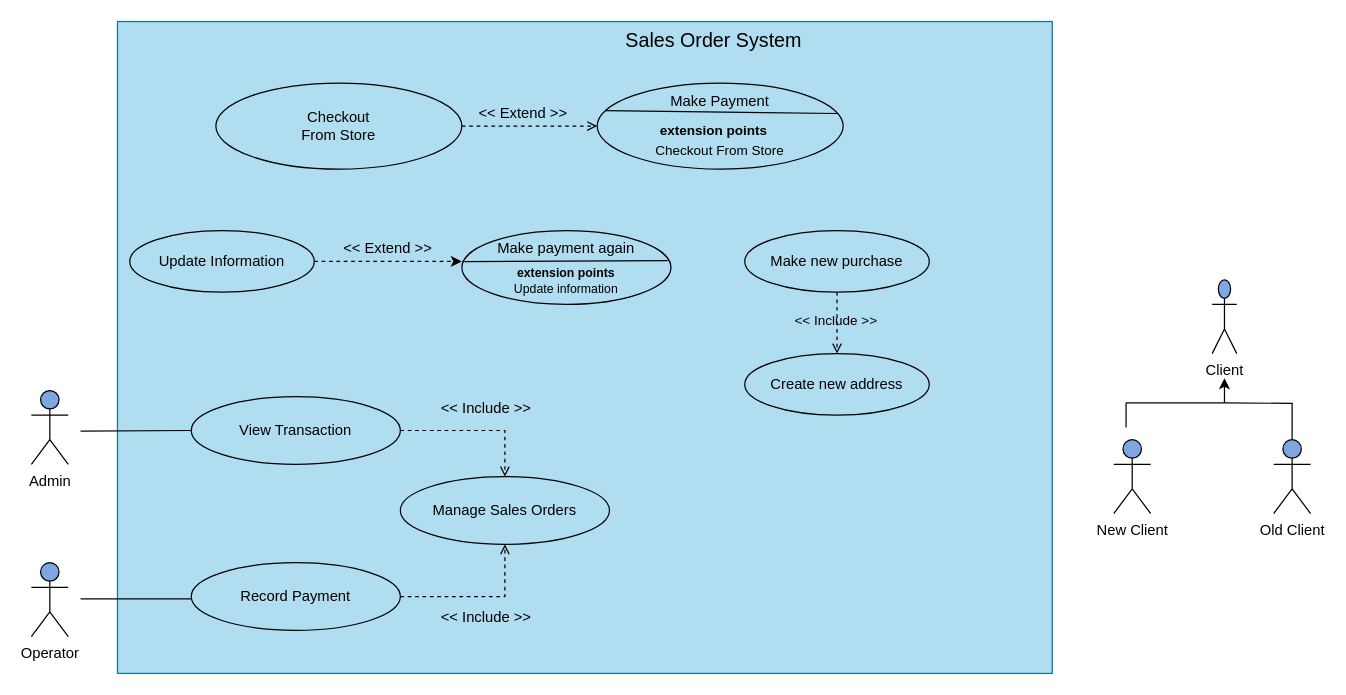
Above: Sales Order System.drawio in Simasco/diagram (draw.io), before the change. Source tidied: cells renumbered, new cells numbered last; positions are measured from the earlier drawing's top-left corner, leaving out a move shared by most shapes. Both pictures are drawn from the tidied source at 123%, with x=0, y=0 at pixel (31, 21).
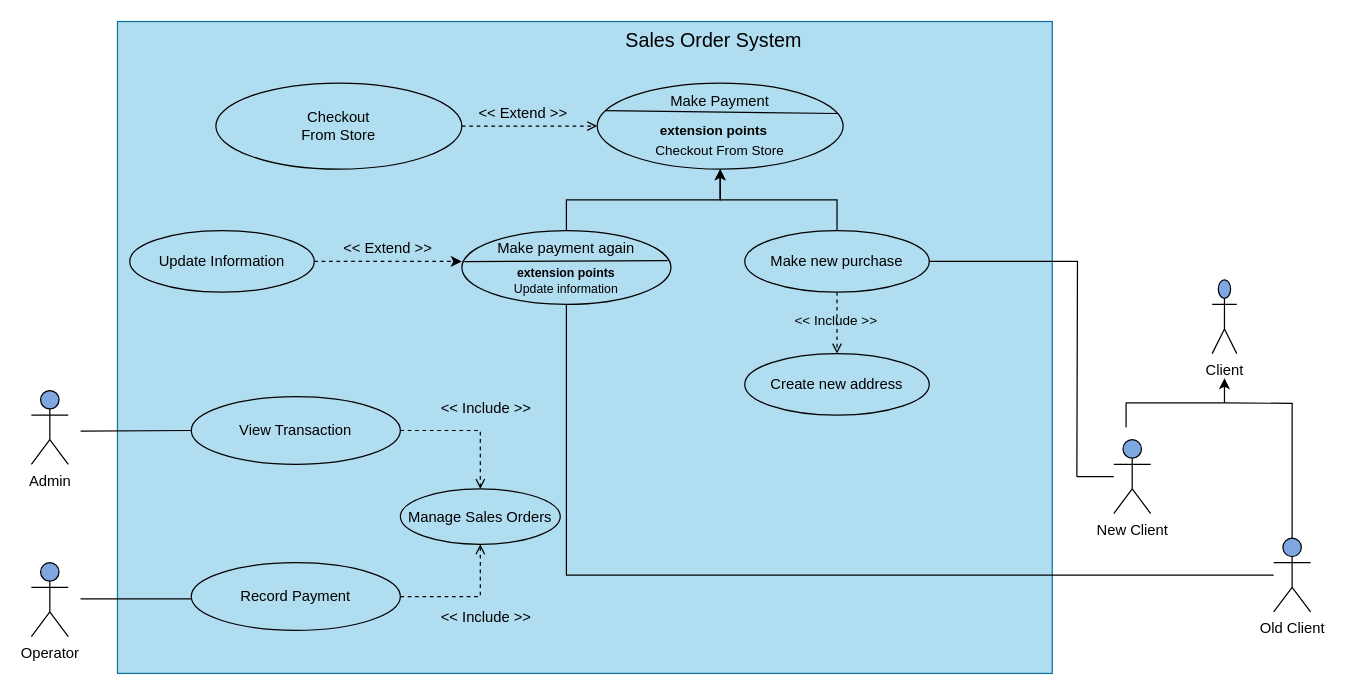
The same diagram, later.

The change refers to these unchanged cells:
```xml
<mxCell id="20" value="New Client" style="shape=umlActor;verticalLabelPosition=bottom;verticalAlign=top;html=1;outlineConnect=0;fillColor=#7EA6E0;" parent="1" vertex="1">
  <mxGeometry x="880" y="340" width="30" height="60" as="geometry" />
</mxCell>
<mxCell id="31" value="&lt;span style=&quot;font-size: 11px; text-align: left;&quot;&gt;Checkout From Store&lt;/span&gt;" style="text;html=1;align=center;verticalAlign=middle;whiteSpace=wrap;rounded=0;" parent="26" vertex="1">
  <mxGeometry x="30" y="40" width="140" height="30" as="geometry" />
</mxCell>
<mxCell id="33" style="ellipse;whiteSpace=wrap;html=1;fillColor=#b1ddf0;strokeColor=#000000;" parent="32" vertex="1">
  <mxGeometry width="170" height="60" as="geometry" />
</mxCell>
<mxCell id="35" value="Make payment again" style="text;html=1;align=center;verticalAlign=middle;whiteSpace=wrap;rounded=0;" parent="32" vertex="1">
  <mxGeometry x="25" width="120" height="30" as="geometry" />
</mxCell>
<mxCell id="42" value="Make new purchase" style="ellipse;whiteSpace=wrap;html=1;fillColor=#b1ddf0;strokeColor=#000000;" parent="1" vertex="1">
  <mxGeometry x="580" y="170" width="150" height="50" as="geometry" />
</mxCell>
```

The edit, as a diff of the source:
```diff
@@
     <mxCell id="13" value="Manage Sales Orders" style="ellipse;whiteSpace=wrap;html=1;fillColor=#b1ddf0;strokeColor=#000000;" parent="1" vertex="1">
-      <mxGeometry x="300" y="370" width="170" height="55" as="geometry" />
+      <mxGeometry x="300" y="380" width="130" height="45" as="geometry" />
     </mxCell>
@@
     <mxCell id="19" value="Old Client" style="shape=umlActor;verticalLabelPosition=bottom;verticalAlign=top;html=1;outlineConnect=0;fillColor=#7EA6E0;" parent="1" vertex="1">
-      <mxGeometry x="1010" y="340" width="30" height="60" as="geometry" />
+      <mxGeometry x="1010" y="420" width="30" height="60" as="geometry" />
     </mxCell>
@@
+    <mxCell id="44" style="edgeStyle=orthogonalEdgeStyle;rounded=0;jettySize=auto;html=1;exitX=0.5;exitY=0;exitDx=0;exitDy=0;entryX=0.5;entryY=1;entryDx=0;entryDy=0;" parent="1" edge="1" source="42" target="31">
+      <mxGeometry relative="1" as="geometry" />
+    </mxCell>
+    <mxCell id="45" style="edgeStyle=orthogonalEdgeStyle;rounded=0;jettySize=auto;html=1;exitX=1;exitY=0.5;exitDx=0;exitDy=0;endArrow=none;endFill=0;" parent="1" edge="1" source="42">
+      <mxGeometry relative="1" as="geometry">
+        <mxPoint x="850" y="370" as="targetPoint" />
+      </mxGeometry>
+    </mxCell>
@@
+    <mxCell id="46" style="edgeStyle=orthogonalEdgeStyle;rounded=0;jettySize=auto;html=1;exitX=0.5;exitY=0;exitDx=0;exitDy=0;entryX=0.5;entryY=1;entryDx=0;entryDy=0;" parent="1" edge="1" source="35" target="31">
+      <mxGeometry relative="1" as="geometry" />
+    </mxCell>
+    <mxCell id="47" style="endArrow=none;html=1;rounded=0;" parent="1" edge="1" target="20">
+      <mxGeometry relative="1" as="geometry">
+        <mxPoint x="850" y="370" as="sourcePoint" />
+      </mxGeometry>
+    </mxCell>
+    <mxCell id="48" style="edgeStyle=orthogonalEdgeStyle;rounded=0;jettySize=auto;html=1;exitX=0.5;exitY=1;exitDx=0;exitDy=0;endArrow=none;endFill=0;" parent="1" edge="1" source="33" target="19">
+      <mxGeometry relative="1" as="geometry">
+        <Array as="points">
+          <mxPoint x="435" y="450" />
+        </Array>
+      </mxGeometry>
+    </mxCell>
```
